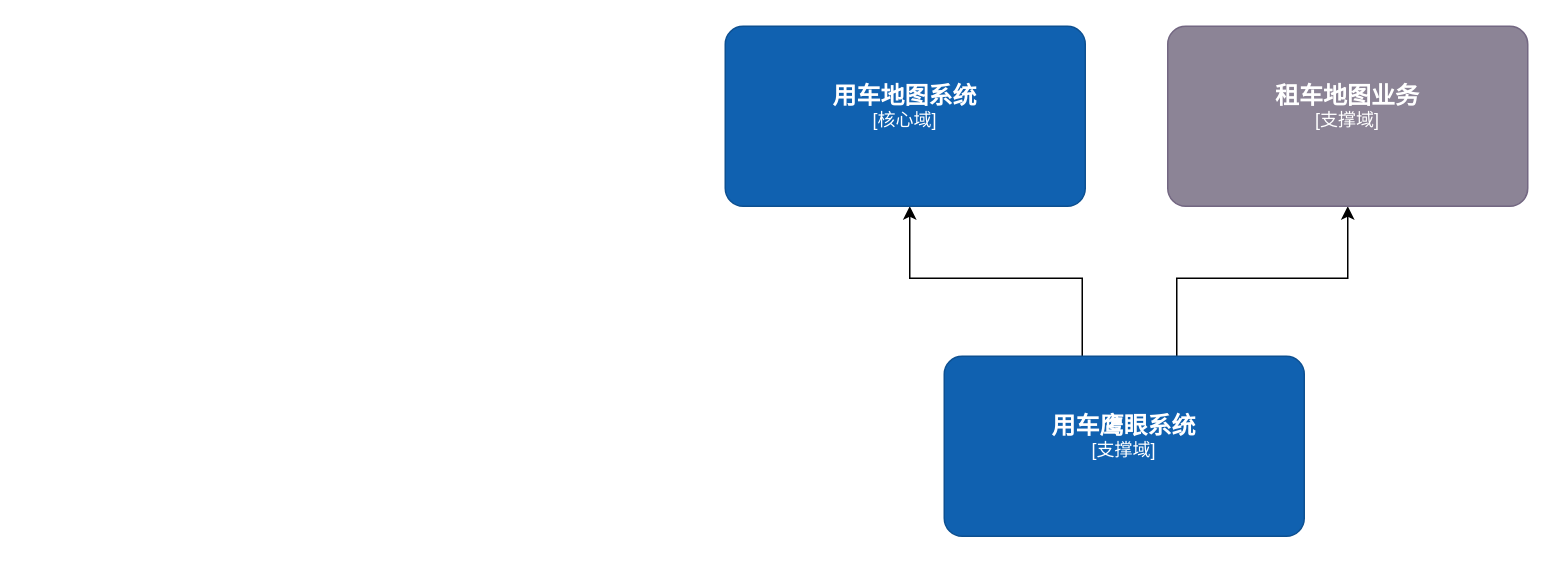
Before: page "第 2 页" (2 of 3) of 汇报.drawio in leonwcy/test, a draw.io diagram. Source tidied: cells renumbered, new cells numbered last; positions are measured from the earlier drawing's top-left corner, leaving out a move shared by most shapes. Both pictures are drawn from the tidied source at 150%, with x=0, y=0 at pixel (724, 26).
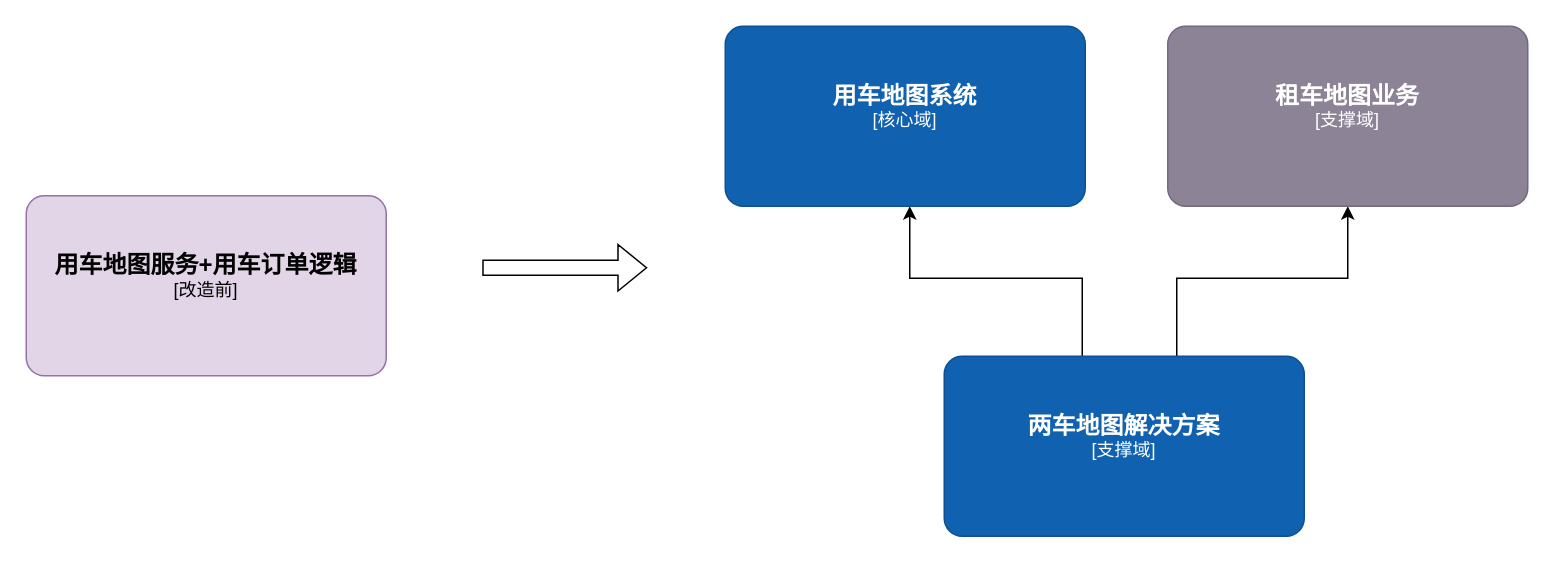
After the change.

The edit, as a diff of the source:
```diff
@@
 <mxGraphModel>
   <root>
     <mxCell id="0" />
     <mxCell id="1" parent="0" />
     <mxCell id="2" style="edgeStyle=orthogonalEdgeStyle;rounded=0;jettySize=auto;html=1;fontSize=12;fontColor=#005700;" parent="1" edge="1" source="4" target="5">
       <mxGeometry relative="1" as="geometry">
         <Array as="points">
           <mxPoint x="238" y="168" />
           <mxPoint x="123" y="168" />
         </Array>
       </mxGeometry>
     </mxCell>
     <mxCell id="3" style="edgeStyle=orthogonalEdgeStyle;rounded=0;jettySize=auto;html=1;fontSize=12;fontColor=#005700;" parent="1" edge="1" source="4" target="6">
       <mxGeometry relative="1" as="geometry">
         <Array as="points">
           <mxPoint x="301" y="168" />
           <mxPoint x="415" y="168" />
         </Array>
       </mxGeometry>
     </mxCell>
-    <object id="4" label="&lt;font style=&quot;font-size: 16px&quot;&gt;&lt;b&gt;%c4Name%&lt;/b&gt;&lt;/font&gt;&lt;div&gt;[%c4Type%]&lt;/div&gt;&lt;br&gt;&lt;div&gt;&lt;font style=&quot;font-size: 11px&quot;&gt;&lt;font color=&quot;#cccccc&quot;&gt;%c4Description%&lt;/font&gt;&lt;/div&gt;" c4Description="" c4Name="用车鹰眼系统" c4Type="支撑域" placeholders="1">
+    <object id="4" label="&lt;font style=&quot;font-size: 16px&quot;&gt;&lt;b&gt;%c4Name%&lt;/b&gt;&lt;/font&gt;&lt;div&gt;[%c4Type%]&lt;/div&gt;&lt;br&gt;&lt;div&gt;&lt;font style=&quot;font-size: 11px&quot;&gt;&lt;font color=&quot;#cccccc&quot;&gt;%c4Description%&lt;/font&gt;&lt;/div&gt;" c4Description="" c4Name="两车地图解决方案" c4Type="支撑域" placeholders="1">
       <mxCell style="rounded=1;whiteSpace=wrap;html=1;labelBackgroundColor=none;fillColor=#1061B0;fontColor=#ffffff;align=center;arcSize=10;strokeColor=#0D5091;points=[[0.25,0,0],[0.5,0,0],[0.75,0,0],[1,0.25,0],[1,0.5,0],[1,0.75,0],[0.75,1,0],[0.5,1,0],[0.25,1,0],[0,0.75,0],[0,0.5,0],[0,0.25,0]];shadow=0;fontSize=12;" parent="1" vertex="1">
         <mxGeometry x="146" y="220" width="240" height="120" as="geometry" />
       </mxCell>
     </object>
     <object id="5" label="&lt;font style=&quot;font-size: 16px&quot;&gt;&lt;b&gt;%c4Name%&lt;/b&gt;&lt;/font&gt;&lt;div&gt;[%c4Type%]&lt;/div&gt;&lt;br&gt;&lt;div&gt;&lt;font style=&quot;font-size: 11px&quot;&gt;&lt;font color=&quot;#cccccc&quot;&gt;%c4Description%&lt;/font&gt;&lt;/div&gt;" c4Description="" c4Name="用车地图系统" c4Type="核心域" placeholders="1">
       <mxCell style="rounded=1;whiteSpace=wrap;html=1;labelBackgroundColor=none;fillColor=#1061B0;fontColor=#ffffff;align=center;arcSize=10;strokeColor=#0D5091;points=[[0.25,0,0],[0.5,0,0],[0.75,0,0],[1,0.25,0],[1,0.5,0],[1,0.75,0],[0.75,1,0],[0.5,1,0],[0.25,1,0],[0,0.75,0],[0,0.5,0],[0,0.25,0]];shadow=0;fontSize=12;" parent="1" vertex="1">
         <mxGeometry width="240" height="120" as="geometry" />
       </mxCell>
     </object>
     <object id="6" label="&lt;font style=&quot;font-size: 16px&quot;&gt;&lt;b&gt;%c4Name%&lt;/b&gt;&lt;/font&gt;&lt;div&gt;[%c4Type%]&lt;/div&gt;&lt;br&gt;&lt;div&gt;&lt;font style=&quot;font-size: 11px&quot;&gt;&lt;font color=&quot;#cccccc&quot;&gt;%c4Description%&lt;/font&gt;&lt;/div&gt;" c4Description="" c4Name="租车地图业务" c4Type="支撑域" placeholders="1">
       <mxCell style="rounded=1;whiteSpace=wrap;html=1;labelBackgroundColor=none;fillColor=#8C8496;fontColor=#ffffff;align=center;arcSize=10;strokeColor=#736782;points=[[0.25,0,0],[0.5,0,0],[0.75,0,0],[1,0.25,0],[1,0.5,0],[1,0.75,0],[0.75,1,0],[0.5,1,0],[0.25,1,0],[0,0.75,0],[0,0.5,0],[0,0.25,0]];shadow=0;fontSize=12;" parent="1" vertex="1">
         <mxGeometry x="295" width="240" height="120" as="geometry" />
       </mxCell>
     </object>
+    <object id="7" label="&lt;font style=&quot;font-size: 16px&quot;&gt;&lt;b&gt;%c4Name%&lt;/b&gt;&lt;/font&gt;&lt;div&gt;[%c4Type%]&lt;/div&gt;&lt;br&gt;&lt;div&gt;&lt;font style=&quot;font-size: 11px&quot;&gt;&lt;font color=&quot;#cccccc&quot;&gt;%c4Description%&lt;/font&gt;&lt;/div&gt;" c4Description="" c4Name="用车地图服务+用车订单逻辑 " c4Type="改造前" placeholders="1">
+      <mxCell style="rounded=1;whiteSpace=wrap;html=1;labelBackgroundColor=none;fillColor=#e1d5e7;align=center;arcSize=10;strokeColor=#9673a6;shadow=0;fontSize=12;" parent="1" vertex="1">
+        <mxGeometry x="-466" y="113" width="240" height="120" as="geometry" />
+      </mxCell>
+    </object>
+    <mxCell id="8" style="shape=flexArrow;endArrow=classic;html=1;rounded=0;" parent="1" edge="1">
+      <mxGeometry relative="1" as="geometry">
+        <mxPoint x="-162" y="161" as="sourcePoint" />
+        <mxPoint x="-52" y="161" as="targetPoint" />
+      </mxGeometry>
+    </mxCell>
   </root>
 </mxGraphModel>
```
